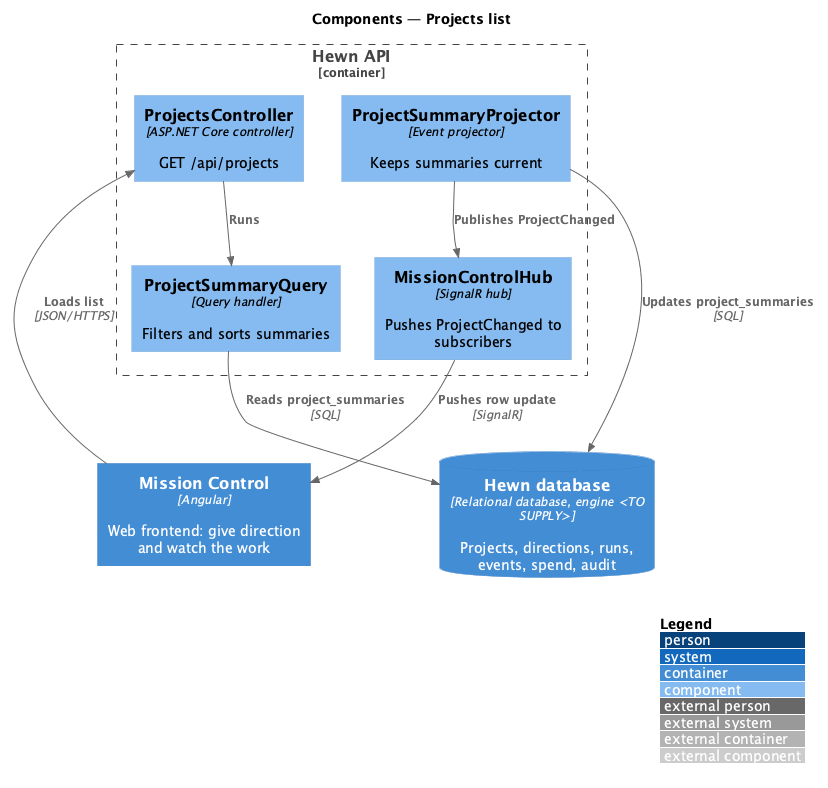
QuinntyneBrown/hewn keeps this PlantUML diagram as docs/detailed-designs/projects/projects-list/diagrams/c4-component.png. Above is the earlier version. Source of this version:
```plantuml
@startuml
!include <C4/C4_Component>
LAYOUT_WITH_LEGEND()
title Components — Projects list

Container(spa, "Mission Control", "Angular", "Web frontend: give direction and watch the work")
ContainerDb(db, "Hewn database", "Relational database, engine <TO SUPPLY>", "Projects, directions, runs, events, spend, audit")
Container_Boundary(api_b, "Hewn API") {
  Component(ctrl, "ProjectsController", "ASP.NET Core controller", "GET /api/projects")
  Component(query, "ProjectSummaryQuery", "Query handler", "Filters and sorts summaries")
  Component(proj, "ProjectSummaryProjector", "Event projector", "Keeps summaries current")
  Component(hub, "MissionControlHub", "SignalR hub", "Pushes ProjectChanged to subscribers")
}

Rel(spa, ctrl, "Loads list", "JSON/HTTPS")
Rel(ctrl, query, "Runs")
Rel(query, db, "Reads project_summaries", "SQL")
Rel(proj, db, "Updates project_summaries", "SQL")
Rel(proj, hub, "Publishes ProjectChanged")
Rel(hub, spa, "Pushes row update", "SignalR")
@enduml
```
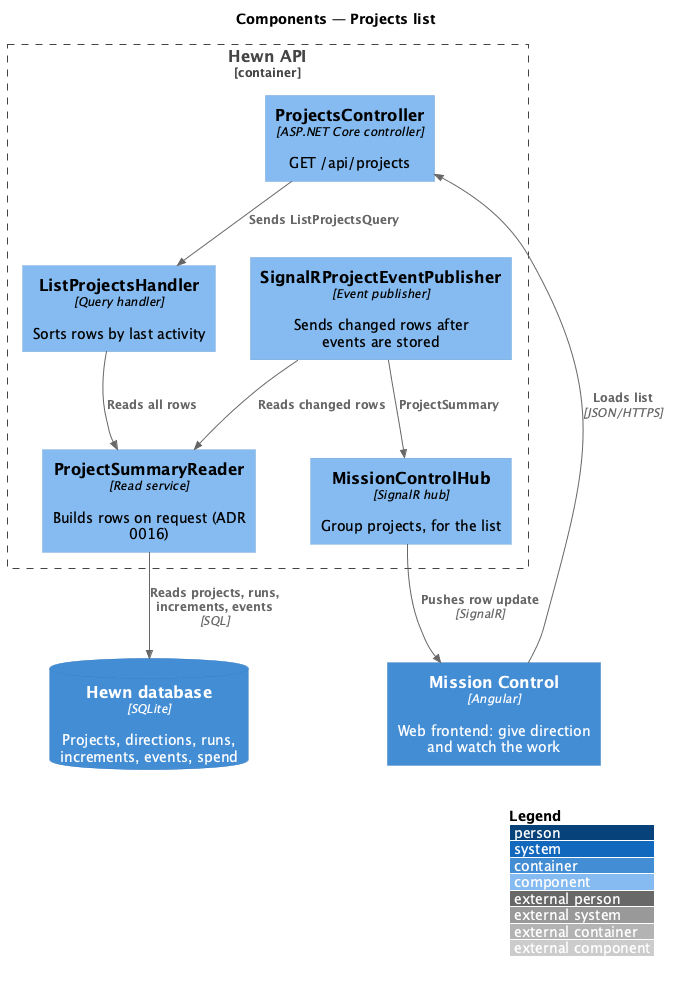
The same file after the commit.

Change to the diagram source:
```diff
@@ -4,18 +4,20 @@
 title Components — Projects list
 
 Container(spa, "Mission Control", "Angular", "Web frontend: give direction and watch the work")
-ContainerDb(db, "Hewn database", "Relational database, engine <TO SUPPLY>", "Projects, directions, runs, events, spend, audit")
+ContainerDb(db, "Hewn database", "SQLite", "Projects, directions, runs, increments, events, spend")
 Container_Boundary(api_b, "Hewn API") {
   Component(ctrl, "ProjectsController", "ASP.NET Core controller", "GET /api/projects")
-  Component(query, "ProjectSummaryQuery", "Query handler", "Filters and sorts summaries")
-  Component(proj, "ProjectSummaryProjector", "Event projector", "Keeps summaries current")
-  Component(hub, "MissionControlHub", "SignalR hub", "Pushes ProjectChanged to subscribers")
+  Component(handler, "ListProjectsHandler", "Query handler", "Sorts rows by last activity")
+  Component(reader, "ProjectSummaryReader", "Read service", "Builds rows on request (ADR 0016)")
+  Component(pub, "SignalRProjectEventPublisher", "Event publisher", "Sends changed rows after events are stored")
+  Component(hub, "MissionControlHub", "SignalR hub", "Group projects, for the list")
 }
 
 Rel(spa, ctrl, "Loads list", "JSON/HTTPS")
-Rel(ctrl, query, "Runs")
-Rel(query, db, "Reads project_summaries", "SQL")
-Rel(proj, db, "Updates project_summaries", "SQL")
-Rel(proj, hub, "Publishes ProjectChanged")
+Rel(ctrl, handler, "Sends ListProjectsQuery")
+Rel(handler, reader, "Reads all rows")
+Rel(pub, reader, "Reads changed rows")
+Rel(reader, db, "Reads projects, runs, increments, events", "SQL")
+Rel(pub, hub, "ProjectSummary")
 Rel(hub, spa, "Pushes row update", "SignalR")
 @enduml
```
